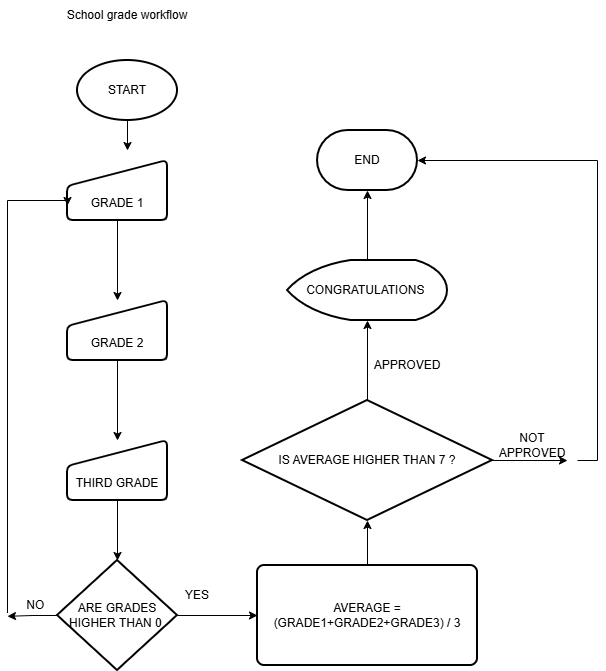
Above: AVERAGE GRADE - ACTIVITY1 _TALES.drawio.png in taleseugenio17-tech/Programa-o-em-Python---Senai (draw.io), before the change. Source tidied: cells renumbered, new cells last; positions are measured from the earlier drawing's top-left corner, leaving out a move shared by most shapes.
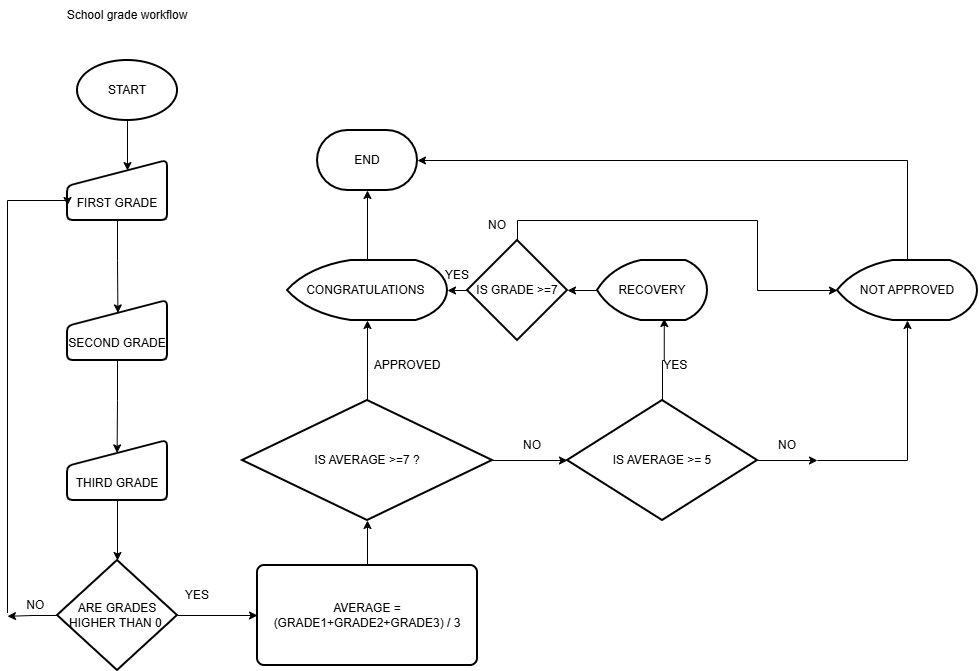
The same diagram one commit later.

Diff of the diagram source:
```diff
@@ -5,10 +5,8 @@
     <mxCell id="2" value="END" style="strokeWidth=2;html=1;shape=mxgraph.flowchart.terminator;whiteSpace=wrap;" parent="1" vertex="1">
       <mxGeometry x="310" y="130" width="100" height="60" as="geometry" />
     </mxCell>
-    <mxCell id="3" style="edgeStyle=orthogonalEdgeStyle;rounded=0;jettySize=auto;html=1;exitX=0.5;exitY=1;exitDx=0;exitDy=0;exitPerimeter=0;" parent="1" edge="1" source="4">
-      <mxGeometry relative="1" as="geometry">
-        <mxPoint x="120" y="150" as="targetPoint" />
-      </mxGeometry>
+    <mxCell id="3" style="edgeStyle=orthogonalEdgeStyle;rounded=0;jettySize=auto;html=1;exitX=0.5;exitY=1;exitDx=0;exitDy=0;exitPerimeter=0;entryX=0.6;entryY=0.167;entryDx=0;entryDy=0;entryPerimeter=0;" parent="1" edge="1" source="4" target="7">
+      <mxGeometry relative="1" as="geometry" />
     </mxCell>
     <mxCell id="4" value="START" style="strokeWidth=2;html=1;shape=mxgraph.flowchart.start_1;whiteSpace=wrap;" parent="1" vertex="1">
       <mxGeometry x="70" y="60" width="100" height="60" as="geometry" />
@@ -16,16 +14,16 @@
     <mxCell id="5" value="School grade workflow" style="text;html=1;whiteSpace=wrap;strokeColor=none;fillColor=none;align=center;verticalAlign=middle;rounded=0;" parent="1" vertex="1">
       <mxGeometry x="45" width="150" height="30" as="geometry" />
     </mxCell>
-    <mxCell id="6" style="edgeStyle=orthogonalEdgeStyle;rounded=0;jettySize=auto;html=1;" parent="1" edge="1" source="7" target="9">
+    <mxCell id="6" style="edgeStyle=orthogonalEdgeStyle;rounded=0;jettySize=auto;html=1;entryX=0.504;entryY=0.207;entryDx=0;entryDy=0;entryPerimeter=0;" parent="1" edge="1" source="7" target="9">
       <mxGeometry relative="1" as="geometry" />
     </mxCell>
-    <mxCell id="7" value="GRADE 1" style="html=1;strokeWidth=2;shape=manualInput;boundedLbl=1;whiteSpace=wrap;rounded=1;size=26;arcSize=11;" parent="1" vertex="1">
+    <mxCell id="7" value="FIRST GRADE" style="html=1;strokeWidth=2;shape=manualInput;boundedLbl=1;whiteSpace=wrap;rounded=1;size=26;arcSize=11;" parent="1" vertex="1">
       <mxGeometry x="60" y="160" width="100" height="60" as="geometry" />
     </mxCell>
-    <mxCell id="8" style="edgeStyle=orthogonalEdgeStyle;rounded=0;jettySize=auto;html=1;" parent="1" edge="1" source="9" target="11">
+    <mxCell id="8" style="edgeStyle=orthogonalEdgeStyle;rounded=0;jettySize=auto;html=1;entryX=0.496;entryY=0.207;entryDx=0;entryDy=0;entryPerimeter=0;" parent="1" edge="1" source="9" target="11">
       <mxGeometry relative="1" as="geometry" />
     </mxCell>
-    <mxCell id="9" value="GRADE 2" style="html=1;strokeWidth=2;shape=manualInput;boundedLbl=1;whiteSpace=wrap;rounded=1;size=26;arcSize=11;" parent="1" vertex="1">
+    <mxCell id="9" value="SECOND GRADE" style="html=1;strokeWidth=2;shape=manualInput;boundedLbl=1;whiteSpace=wrap;rounded=1;size=26;arcSize=11;" parent="1" vertex="1">
       <mxGeometry x="60" y="300" width="100" height="60" as="geometry" />
     </mxCell>
     <mxCell id="10" style="edgeStyle=orthogonalEdgeStyle;rounded=0;jettySize=auto;html=1;entryX=0.5;entryY=0;entryDx=0;entryDy=0;entryPerimeter=0;" parent="1" edge="1" source="11" target="19">
@@ -48,7 +46,7 @@
         <mxPoint x="560" y="460" as="targetPoint" />
       </mxGeometry>
     </mxCell>
-    <mxCell id="16" value="IS AVERAGE HIGHER THAN 7 ?" style="strokeWidth=2;html=1;shape=mxgraph.flowchart.decision;whiteSpace=wrap;" parent="1" vertex="1">
+    <mxCell id="16" value="IS AVERAGE &amp;gt;=7 ?" style="strokeWidth=2;html=1;shape=mxgraph.flowchart.decision;whiteSpace=wrap;" parent="1" vertex="1">
       <mxGeometry x="235" y="400" width="250" height="120" as="geometry" />
     </mxCell>
     <mxCell id="17" style="edgeStyle=orthogonalEdgeStyle;rounded=0;jettySize=auto;html=1;" parent="1" edge="1" source="19">
@@ -85,16 +83,69 @@
     <mxCell id="25" value="CONGRATULATIONS&amp;nbsp;" style="strokeWidth=2;html=1;shape=mxgraph.flowchart.display;whiteSpace=wrap;" parent="1" vertex="1">
       <mxGeometry x="280" y="260" width="160" height="60" as="geometry" />
     </mxCell>
-    <mxCell id="26" style="edgeStyle=orthogonalEdgeStyle;rounded=0;jettySize=auto;html=1;exitX=1;exitY=1;exitDx=0;exitDy=0;entryX=1;entryY=0.5;entryDx=0;entryDy=0;entryPerimeter=0;" parent="1" edge="1" source="27" target="2">
-      <mxGeometry relative="1" as="geometry">
-        <Array as="points">
-          <mxPoint x="590" y="460" />
-          <mxPoint x="590" y="160" />
-        </Array>
-      </mxGeometry>
-    </mxCell>
-    <mxCell id="27" value="NOT APPROVED" style="text;html=1;whiteSpace=wrap;strokeColor=none;fillColor=none;align=center;verticalAlign=middle;rounded=0;" parent="1" vertex="1">
+    <mxCell id="27" value="NO" style="text;html=1;whiteSpace=wrap;strokeColor=none;fillColor=none;align=center;verticalAlign=middle;rounded=0;" parent="1" vertex="1">
       <mxGeometry x="480" y="430" width="90" height="30" as="geometry" />
     </mxCell>
+    <mxCell id="28" style="edgeStyle=orthogonalEdgeStyle;rounded=0;jettySize=auto;html=1;entryX=1;entryY=0.5;entryDx=0;entryDy=0;entryPerimeter=0;" parent="1" edge="1" source="29" target="2">
+      <mxGeometry relative="1" as="geometry">
+        <Array as="points">
+          <mxPoint x="900" y="160" />
+        </Array>
+      </mxGeometry>
+    </mxCell>
+    <mxCell id="29" value="NOT APPROVED" style="strokeWidth=2;html=1;shape=mxgraph.flowchart.display;whiteSpace=wrap;" parent="1" vertex="1">
+      <mxGeometry x="830" y="260" width="140" height="60" as="geometry" />
+    </mxCell>
+    <mxCell id="30" style="edgeStyle=orthogonalEdgeStyle;rounded=0;jettySize=auto;html=1;" parent="1" edge="1" source="32">
+      <mxGeometry relative="1" as="geometry">
+        <mxPoint x="810" y="460" as="targetPoint" />
+      </mxGeometry>
+    </mxCell>
+    <mxCell id="31" style="edgeStyle=orthogonalEdgeStyle;rounded=0;jettySize=auto;html=1;exitX=0.5;exitY=0;exitDx=0;exitDy=0;exitPerimeter=0;entryX=0.607;entryY=0.967;entryDx=0;entryDy=0;entryPerimeter=0;" parent="1" edge="1" source="32" target="36">
+      <mxGeometry relative="1" as="geometry" />
+    </mxCell>
+    <mxCell id="32" value="IS AVERAGE &amp;gt;= 5" style="strokeWidth=2;html=1;shape=mxgraph.flowchart.decision;whiteSpace=wrap;" parent="1" vertex="1">
+      <mxGeometry x="560" y="400" width="190" height="120" as="geometry" />
+    </mxCell>
+    <mxCell id="33" value="NO" style="text;html=1;whiteSpace=wrap;strokeColor=none;fillColor=none;align=center;verticalAlign=middle;rounded=0;" parent="1" vertex="1">
+      <mxGeometry x="750" y="430" width="60" height="30" as="geometry" />
+    </mxCell>
+    <mxCell id="34" style="edgeStyle=orthogonalEdgeStyle;rounded=0;jettySize=auto;html=1;exitX=1;exitY=1;exitDx=0;exitDy=0;entryX=0.5;entryY=1;entryDx=0;entryDy=0;entryPerimeter=0;" parent="1" edge="1" source="33" target="29">
+      <mxGeometry relative="1" as="geometry">
+        <Array as="points">
+          <mxPoint x="900" y="460" />
+        </Array>
+      </mxGeometry>
+    </mxCell>
+    <mxCell id="35" value="YES&amp;nbsp;" style="text;html=1;whiteSpace=wrap;strokeColor=none;fillColor=none;align=center;verticalAlign=middle;rounded=0;" parent="1" vertex="1">
+      <mxGeometry x="640" y="350" width="60" height="30" as="geometry" />
+    </mxCell>
+    <mxCell id="36" value="RECOVERY" style="strokeWidth=2;html=1;shape=mxgraph.flowchart.display;whiteSpace=wrap;" parent="1" vertex="1">
+      <mxGeometry x="590" y="260" width="110" height="60" as="geometry" />
+    </mxCell>
+    <mxCell id="37" style="edgeStyle=orthogonalEdgeStyle;rounded=0;jettySize=auto;html=1;exitX=0.5;exitY=0;exitDx=0;exitDy=0;exitPerimeter=0;entryX=0;entryY=0.5;entryDx=0;entryDy=0;entryPerimeter=0;" parent="1" edge="1" source="38" target="29">
+      <mxGeometry relative="1" as="geometry">
+        <Array as="points">
+          <mxPoint x="510" y="220" />
+          <mxPoint x="750" y="220" />
+          <mxPoint x="750" y="290" />
+        </Array>
+      </mxGeometry>
+    </mxCell>
+    <mxCell id="38" value="IS GRADE &amp;gt;=7" style="strokeWidth=2;html=1;shape=mxgraph.flowchart.decision;whiteSpace=wrap;" parent="1" vertex="1">
+      <mxGeometry x="460" y="240" width="100" height="100" as="geometry" />
+    </mxCell>
+    <mxCell id="39" style="edgeStyle=orthogonalEdgeStyle;rounded=0;jettySize=auto;html=1;entryX=1;entryY=0.5;entryDx=0;entryDy=0;entryPerimeter=0;" parent="1" edge="1" source="36" target="38">
+      <mxGeometry relative="1" as="geometry" />
+    </mxCell>
+    <mxCell id="40" style="edgeStyle=orthogonalEdgeStyle;rounded=0;jettySize=auto;html=1;exitX=0;exitY=0.5;exitDx=0;exitDy=0;exitPerimeter=0;entryX=1;entryY=0.5;entryDx=0;entryDy=0;entryPerimeter=0;" parent="1" edge="1" source="38" target="25">
+      <mxGeometry relative="1" as="geometry" />
+    </mxCell>
+    <mxCell id="41" value="YES" style="text;html=1;whiteSpace=wrap;strokeColor=none;fillColor=none;align=center;verticalAlign=middle;rounded=0;" parent="1" vertex="1">
+      <mxGeometry x="420" y="260" width="60" height="30" as="geometry" />
+    </mxCell>
+    <mxCell id="42" value="NO" style="text;html=1;whiteSpace=wrap;strokeColor=none;fillColor=none;align=center;verticalAlign=middle;rounded=0;" parent="1" vertex="1">
+      <mxGeometry x="460" y="210" width="60" height="30" as="geometry" />
+    </mxCell>
   </root>
 </mxGraphModel>
```
